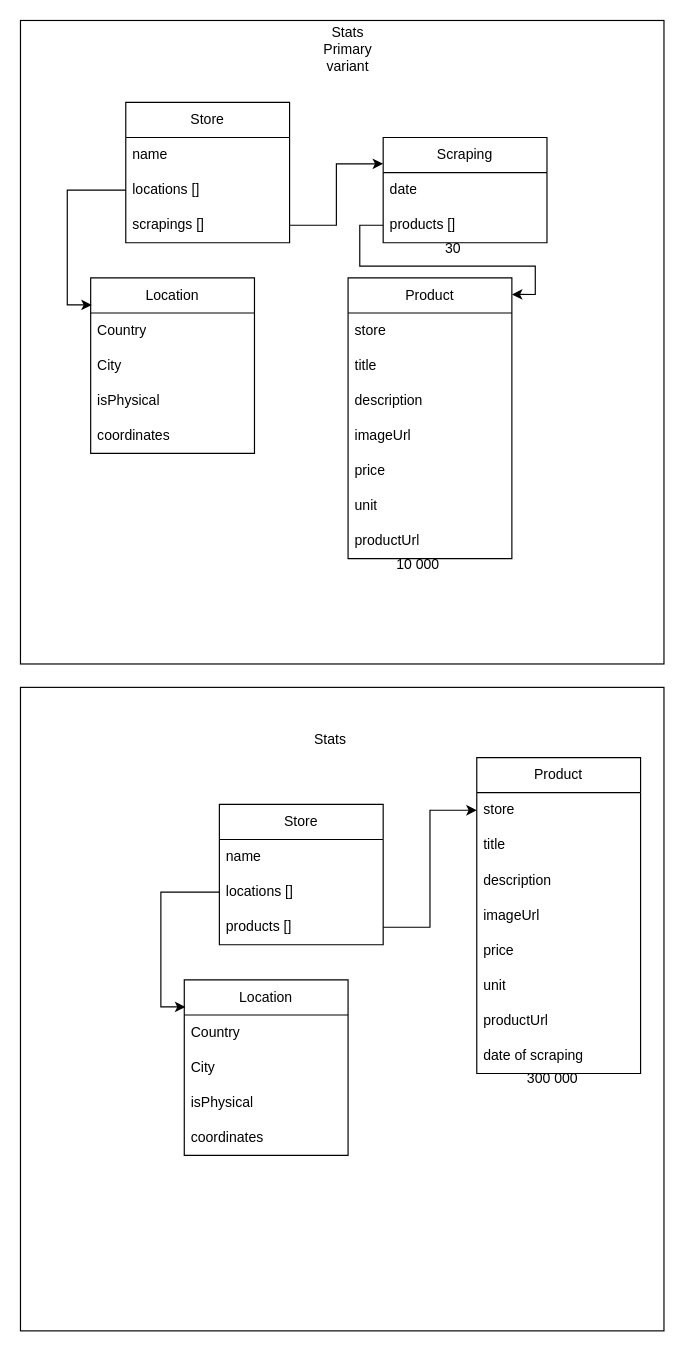
The draw.io diagram page "Stats DB" (2 of 2) of db.drawio in NikolaSL00/TuGraduateProject, before the edit. Source tidied: cells renumbered, new cells numbered last; positions are measured from the earlier drawing's top-left corner, leaving out a move shared by most shapes. Both pictures are drawn from the tidied source at 117%, with x=0, y=0 at pixel (20, 20).
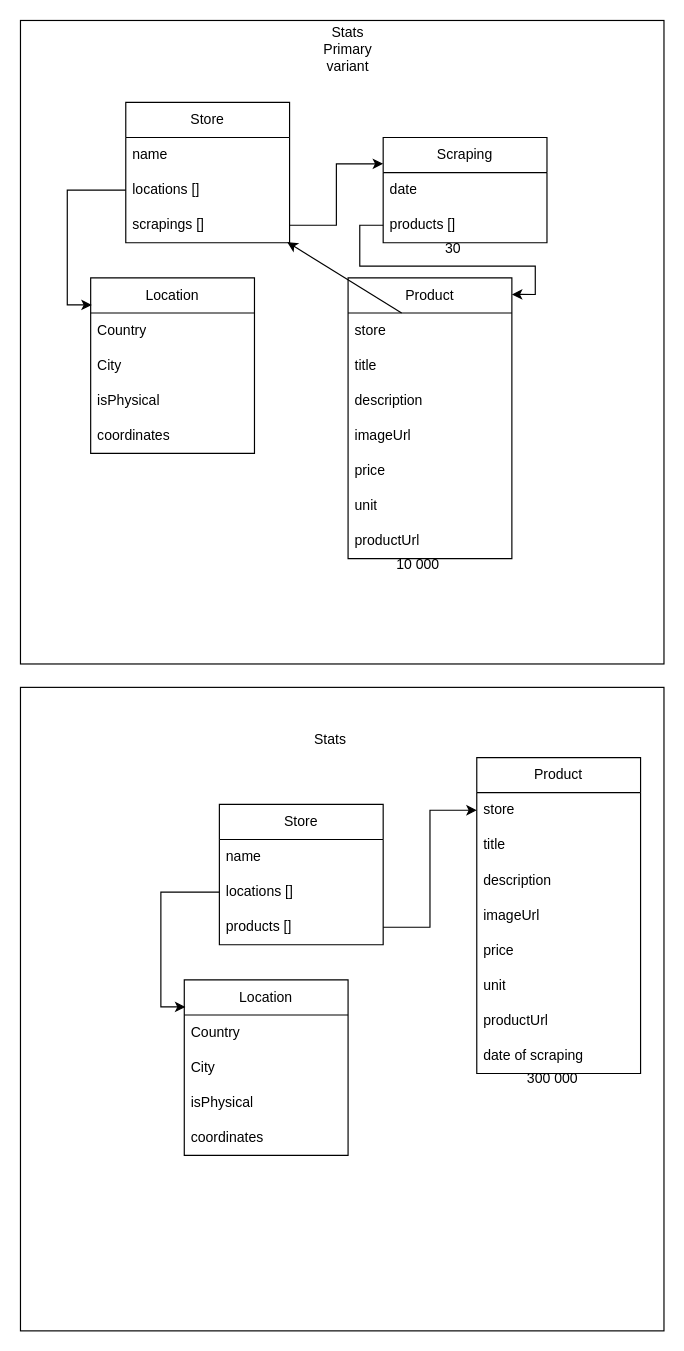
After the change.

The change refers to these unchanged cells:
```xml
<mxCell id="28" value="scrapings []" style="text;strokeColor=none;fillColor=none;align=left;verticalAlign=middle;spacingLeft=4;spacingRight=4;overflow=hidden;points=[[0,0.5],[1,0.5]];portConstraint=eastwest;whiteSpace=wrap;html=1;" parent="25" vertex="1">
  <mxGeometry y="90" width="140" height="30" as="geometry" />
</mxCell>
<mxCell id="30" value="store" style="text;strokeColor=none;fillColor=none;align=left;verticalAlign=middle;spacingLeft=4;spacingRight=4;overflow=hidden;points=[[0,0.5],[1,0.5]];portConstraint=eastwest;whiteSpace=wrap;html=1;" parent="29" vertex="1">
  <mxGeometry y="30" width="140" height="30" as="geometry" />
</mxCell>
```

What changed in the source:
```diff
@@
+    <mxCell id="52" style="edgeStyle=none;html=1;entryX=0.986;entryY=0.983;entryDx=0;entryDy=0;entryPerimeter=0;" parent="1" edge="1" source="30" target="28">
+      <mxGeometry relative="1" as="geometry" />
+    </mxCell>
```
